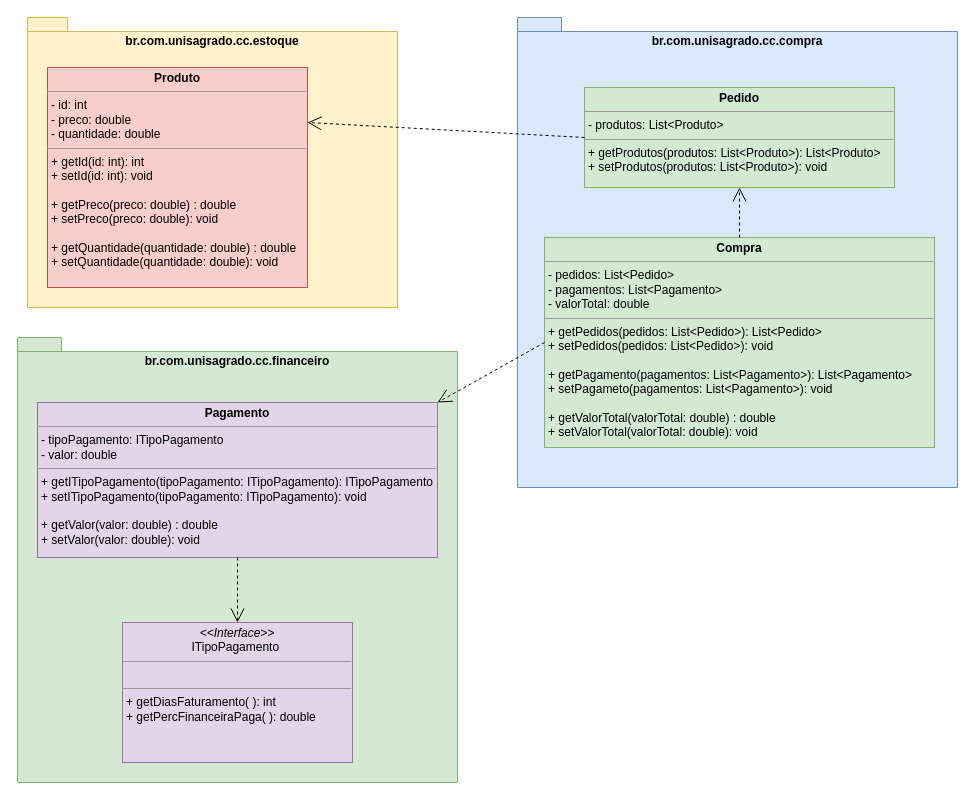
Before: Conversão de Java para Diagrama de Classes.drawio in UnisagradoWorks/engenharia-software, a draw.io diagram. Source tidied: cells renumbered, new cells numbered last; positions are measured from the earlier drawing's top-left corner, leaving out a move shared by most shapes. Both pictures are drawn from the tidied source at 100%, with x=0, y=0 at pixel (17, 17).
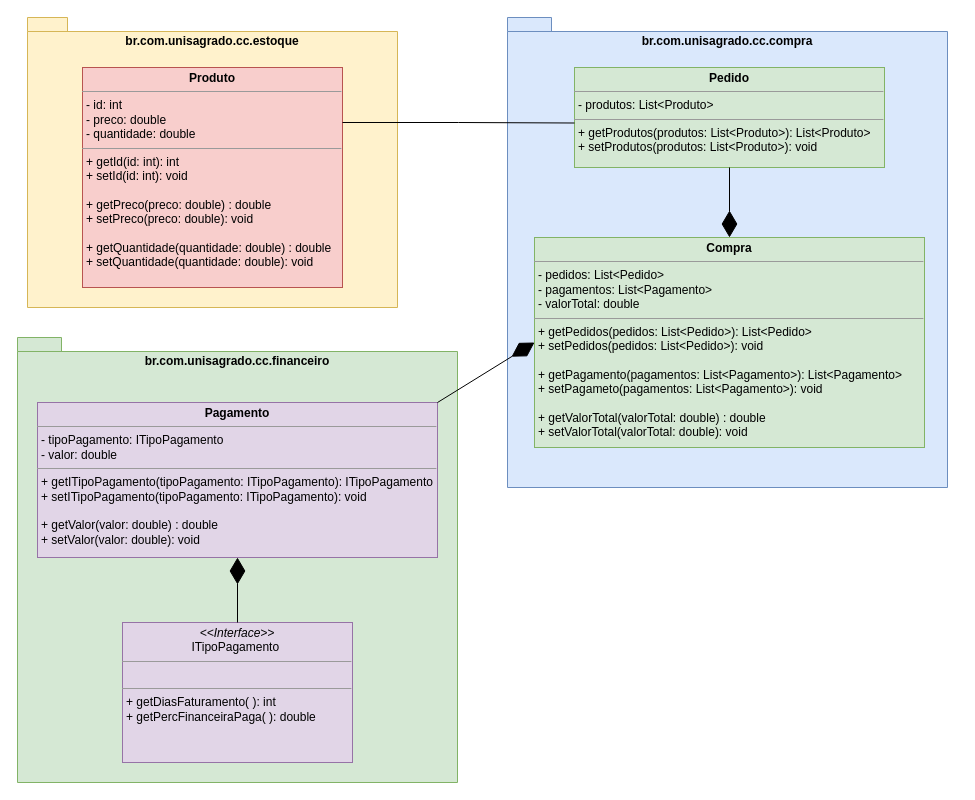
Above is the later version.

The edit, as a diff of the source:
```diff
@@
 <mxGraphModel>
   <root>
     <mxCell id="0" />
     <mxCell id="1" parent="0" />
     <mxCell id="2" value="br.com.unisagrado.cc.estoque" style="shape=folder;fontStyle=1;spacingTop=10;tabWidth=40;tabHeight=14;tabPosition=left;html=1;whiteSpace=wrap;verticalAlign=top;fillColor=#fff2cc;strokeColor=#d6b656;" parent="1" vertex="1">
       <mxGeometry x="10" width="370" height="290" as="geometry" />
     </mxCell>
     <mxCell id="3" value="&lt;p style=&quot;margin:0px;margin-top:4px;text-align:center;&quot;&gt;&lt;b&gt;Produto&lt;/b&gt;&lt;/p&gt;&lt;hr size=&quot;1&quot;&gt;&lt;p style=&quot;margin:0px;margin-left:4px;&quot;&gt;- id: int&lt;/p&gt;&lt;p style=&quot;margin:0px;margin-left:4px;&quot;&gt;- preco: double&lt;/p&gt;&lt;p style=&quot;margin:0px;margin-left:4px;&quot;&gt;- quantidade: double&lt;/p&gt;&lt;hr size=&quot;1&quot;&gt;&lt;p style=&quot;margin:0px;margin-left:4px;&quot;&gt;+ getId(id: int): int&lt;/p&gt;&lt;p style=&quot;margin:0px;margin-left:4px;&quot;&gt;+ setId(id: int): void&lt;/p&gt;&lt;p style=&quot;margin:0px;margin-left:4px;&quot;&gt;&lt;br&gt;&lt;/p&gt;&lt;p style=&quot;margin:0px;margin-left:4px;&quot;&gt;+ getPreco(preco: double) : double&amp;nbsp;&lt;/p&gt;&lt;p style=&quot;margin:0px;margin-left:4px;&quot;&gt;&lt;span style=&quot;background-color: initial;&quot;&gt;+ setPreco(preco: double): void&lt;/span&gt;&lt;/p&gt;&lt;p style=&quot;margin:0px;margin-left:4px;&quot;&gt;&lt;br&gt;&lt;/p&gt;&lt;p style=&quot;margin:0px;margin-left:4px;&quot;&gt;+ getQuantidade(quantidade: double) : double&lt;/p&gt;&lt;p style=&quot;margin:0px;margin-left:4px;&quot;&gt;&lt;span style=&quot;background-color: initial;&quot;&gt;+ setQuantidade(quantidade: double): void&lt;/span&gt;&lt;/p&gt;" style="verticalAlign=top;align=left;overflow=fill;fontSize=12;fontFamily=Helvetica;html=1;whiteSpace=wrap;fillColor=#f8cecc;strokeColor=#b85450;" parent="1" vertex="1">
-      <mxGeometry x="30" y="50" width="260" height="220" as="geometry" />
+      <mxGeometry x="65" y="50" width="260" height="220" as="geometry" />
     </mxCell>
     <mxCell id="4" style="group;" parent="1" vertex="1">
       <mxGeometry y="320" width="440" height="445" as="geometry" />
     </mxCell>
     <mxCell id="5" value="br.com.unisagrado.cc.financeiro" style="shape=folder;fontStyle=1;spacingTop=10;tabWidth=40;tabHeight=14;tabPosition=left;html=1;whiteSpace=wrap;verticalAlign=top;fillColor=#d5e8d4;strokeColor=#82b366;" parent="4" vertex="1">
       <mxGeometry width="440" height="445" as="geometry" />
     </mxCell>
     <mxCell id="6" value="&lt;p style=&quot;margin:0px;margin-top:4px;text-align:center;&quot;&gt;&lt;b&gt;Pagamento&lt;/b&gt;&lt;/p&gt;&lt;hr size=&quot;1&quot;&gt;&lt;p style=&quot;margin:0px;margin-left:4px;&quot;&gt;- tipoPagamento: ITipoPagamento&lt;/p&gt;&lt;p style=&quot;margin:0px;margin-left:4px;&quot;&gt;- valor: double&lt;/p&gt;&lt;hr size=&quot;1&quot;&gt;&lt;p style=&quot;margin:0px;margin-left:4px;&quot;&gt;+ getITipoPagamento(tipoPagamento: ITipoPagamento): ITipoPagamento&lt;/p&gt;&lt;p style=&quot;margin:0px;margin-left:4px;&quot;&gt;+ setITipoPagamento(tipoPagamento: ITipoPagamento): void&lt;/p&gt;&lt;p style=&quot;margin:0px;margin-left:4px;&quot;&gt;&lt;br&gt;&lt;/p&gt;&lt;p style=&quot;margin:0px;margin-left:4px;&quot;&gt;+ getValor(valor: double) : double&amp;nbsp;&lt;/p&gt;&lt;p style=&quot;margin:0px;margin-left:4px;&quot;&gt;&lt;span style=&quot;background-color: initial;&quot;&gt;+ setValor(valor: double): void&lt;/span&gt;&lt;/p&gt;" style="verticalAlign=top;align=left;overflow=fill;fontSize=12;fontFamily=Helvetica;html=1;whiteSpace=wrap;fillColor=#e1d5e7;strokeColor=#9673a6;" parent="4" vertex="1">
       <mxGeometry x="20" y="65" width="400" height="155" as="geometry" />
     </mxCell>
     <mxCell id="7" value="&lt;p style=&quot;margin:0px;margin-top:4px;text-align:center;&quot;&gt;&lt;i&gt;&amp;lt;&amp;lt;Interface&amp;gt;&amp;gt;&lt;/i&gt;&lt;br&gt;ITipoPagamento&lt;b&gt;&amp;nbsp;&lt;/b&gt;&lt;/p&gt;&lt;hr size=&quot;1&quot;&gt;&lt;p style=&quot;margin:0px;margin-left:4px;&quot;&gt;&lt;br&gt;&lt;/p&gt;&lt;hr size=&quot;1&quot;&gt;&lt;p style=&quot;margin:0px;margin-left:4px;&quot;&gt;+ getDiasFaturamento( ): int&lt;br&gt;+ getPercFinanceiraPaga( ): double&lt;/p&gt;" style="verticalAlign=top;align=left;overflow=fill;fontSize=12;fontFamily=Helvetica;html=1;whiteSpace=wrap;fillColor=#e1d5e7;strokeColor=#9673a6;" parent="4" vertex="1">
       <mxGeometry x="105" y="285" width="230" height="140" as="geometry" />
     </mxCell>
-    <mxCell id="8" style="endArrow=open;endSize=12;dashed=1;html=1;rounded=0;exitX=0.5;exitY=1;exitDx=0;exitDy=0;entryX=0.5;entryY=0;entryDx=0;entryDy=0;" parent="4" edge="1" source="6" target="7">
-      <mxGeometry relative="1" as="geometry" />
-    </mxCell>
+    <mxCell id="16" style="endArrow=diamondThin;endFill=1;endSize=24;html=1;rounded=0;exitX=0.5;exitY=0;exitDx=0;exitDy=0;entryX=0.5;entryY=1;entryDx=0;entryDy=0;" parent="4" edge="1" source="7" target="6">
+      <mxGeometry relative="1" as="geometry" />
+    </mxCell>
     <mxCell id="9" style="group;" parent="1" vertex="1">
-      <mxGeometry x="500" width="440" height="470" as="geometry" />
+      <mxGeometry x="490" width="440" height="470" as="geometry" />
     </mxCell>
     <mxCell id="10" value="br.com.unisagrado.cc.compra" style="shape=folder;fontStyle=1;spacingTop=10;tabWidth=40;tabHeight=14;tabPosition=left;html=1;whiteSpace=wrap;verticalAlign=top;fillColor=#dae8fc;strokeColor=#6c8ebf;" parent="9" vertex="1">
       <mxGeometry width="440" height="470" as="geometry" />
     </mxCell>
     <mxCell id="11" value="&lt;p style=&quot;margin:0px;margin-top:4px;text-align:center;&quot;&gt;&lt;b&gt;Pedido&lt;/b&gt;&lt;/p&gt;&lt;hr size=&quot;1&quot;&gt;&lt;p style=&quot;margin:0px;margin-left:4px;&quot;&gt;- produtos: List&amp;lt;Produto&amp;gt;&lt;/p&gt;&lt;hr size=&quot;1&quot;&gt;&lt;p style=&quot;margin:0px;margin-left:4px;&quot;&gt;+ getProdutos(produtos: List&amp;lt;Produto&amp;gt;): List&amp;lt;Produto&amp;gt;&amp;nbsp;&lt;/p&gt;&lt;p style=&quot;margin:0px;margin-left:4px;&quot;&gt;+ setProdutos(produtos: List&amp;lt;Produto&amp;gt;): void&lt;/p&gt;&lt;p style=&quot;margin:0px;margin-left:4px;&quot;&gt;&lt;br&gt;&lt;/p&gt;" style="verticalAlign=top;align=left;overflow=fill;fontSize=12;fontFamily=Helvetica;html=1;whiteSpace=wrap;fillColor=#d5e8d4;strokeColor=#82b366;" parent="9" vertex="1">
-      <mxGeometry x="67" y="70" width="310" height="100" as="geometry" />
+      <mxGeometry x="67" y="50" width="310" height="100" as="geometry" />
     </mxCell>
     <mxCell id="12" value="&lt;p style=&quot;margin:0px;margin-top:4px;text-align:center;&quot;&gt;&lt;b&gt;Compra&lt;/b&gt;&lt;/p&gt;&lt;hr size=&quot;1&quot;&gt;&lt;p style=&quot;margin:0px;margin-left:4px;&quot;&gt;- pedidos: List&amp;lt;Pedido&amp;gt;&lt;/p&gt;&lt;p style=&quot;margin:0px;margin-left:4px;&quot;&gt;- pagamentos: List&amp;lt;Pagamento&amp;gt;&lt;/p&gt;&lt;p style=&quot;margin:0px;margin-left:4px;&quot;&gt;- valorTotal: double&lt;/p&gt;&lt;hr size=&quot;1&quot;&gt;&lt;p style=&quot;border-color: var(--border-color); margin: 0px 0px 0px 4px;&quot;&gt;+ getPedidos(pedidos: List&amp;lt;Pedido&amp;gt;): List&amp;lt;Pedido&amp;gt;&amp;nbsp;&lt;/p&gt;&lt;p style=&quot;border-color: var(--border-color); margin: 0px 0px 0px 4px;&quot;&gt;+ setPedidos(pedidos: List&amp;lt;Pedido&amp;gt;): void&lt;/p&gt;&lt;p style=&quot;border-color: var(--border-color); margin: 0px 0px 0px 4px;&quot;&gt;&lt;br&gt;&lt;/p&gt;&lt;p style=&quot;border-color: var(--border-color); margin: 0px 0px 0px 4px;&quot;&gt;+ getPagamento(pagamentos: List&amp;lt;Pagamento&amp;gt;): List&amp;lt;Pagamento&amp;gt;&amp;nbsp;&lt;/p&gt;&lt;p style=&quot;border-color: var(--border-color); margin: 0px 0px 0px 4px;&quot;&gt;+ setPagameto(pagamentos: List&amp;lt;Pagamento&amp;gt;): void&lt;/p&gt;&lt;p style=&quot;margin:0px;margin-left:4px;&quot;&gt;&lt;br&gt;&lt;/p&gt;&lt;p style=&quot;margin:0px;margin-left:4px;&quot;&gt;+ getValorTotal(valorTotal: double) : double&lt;/p&gt;&lt;p style=&quot;margin:0px;margin-left:4px;&quot;&gt;+ setValorTotal(valorTotal: double): void&lt;/p&gt;" style="verticalAlign=top;align=left;overflow=fill;fontSize=12;fontFamily=Helvetica;html=1;whiteSpace=wrap;fillColor=#d5e8d4;strokeColor=#82b366;" parent="9" vertex="1">
       <mxGeometry x="27" y="220" width="390" height="210" as="geometry" />
     </mxCell>
-    <mxCell id="13" style="endArrow=open;endSize=12;dashed=1;html=1;rounded=0;exitX=0.5;exitY=0;exitDx=0;exitDy=0;entryX=0.5;entryY=1;entryDx=0;entryDy=0;" parent="9" edge="1" source="12" target="11">
-      <mxGeometry relative="1" as="geometry" />
-    </mxCell>
-    <mxCell id="14" style="endArrow=open;endSize=12;dashed=1;html=1;rounded=0;exitX=0;exitY=0.5;exitDx=0;exitDy=0;entryX=1;entryY=0;entryDx=0;entryDy=0;" parent="1" edge="1" source="12" target="6">
-      <mxGeometry relative="1" as="geometry" />
-    </mxCell>
-    <mxCell id="15" style="endArrow=open;endSize=12;dashed=1;html=1;rounded=0;exitX=0;exitY=0.5;exitDx=0;exitDy=0;entryX=1;entryY=0.25;entryDx=0;entryDy=0;" parent="1" edge="1" source="11" target="3">
-      <mxGeometry relative="1" as="geometry" />
-    </mxCell>
+    <mxCell id="17" style="endArrow=diamondThin;endFill=1;endSize=24;html=1;rounded=0;entryX=0.5;entryY=0;entryDx=0;entryDy=0;" parent="9" edge="1" source="11" target="12">
+      <mxGeometry relative="1" as="geometry" />
+    </mxCell>
+    <mxCell id="18" style="endArrow=diamondThin;endFill=1;endSize=24;html=1;rounded=0;exitX=1;exitY=0;exitDx=0;exitDy=0;" parent="1" edge="1" source="6">
+      <mxGeometry relative="1" as="geometry">
+        <mxPoint x="517" y="325" as="targetPoint" />
+      </mxGeometry>
+    </mxCell>
+    <mxCell id="19" style="endArrow=none;html=1;edgeStyle=orthogonalEdgeStyle;rounded=0;exitX=1;exitY=0.25;exitDx=0;exitDy=0;entryX=0;entryY=0.555;entryDx=0;entryDy=0;entryPerimeter=0;" parent="1" edge="1" source="3" target="11">
+      <mxGeometry relative="1" as="geometry" />
+    </mxCell>
   </root>
 </mxGraphModel>
```
